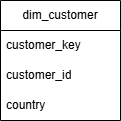
joaohsilva416/uk-online-retail keeps this draw.io diagram as assets/diagrams/dim_product.png. Above is the earlier version. Source tidied: cells renumbered, new cells last; positions are measured from the earlier drawing's top-left corner, leaving out a move shared by most shapes.
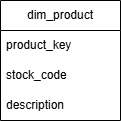
Later version of the same file.

Commit message:
fix: correct dim_product photo

Diff of the diagram source:
```diff
@@ -2,16 +2,16 @@
   <root>
     <mxCell id="0" />
     <mxCell id="1" parent="0" />
-    <mxCell id="2" value="dim_customer" style="swimlane;fontStyle=0;horizontal=1;startSize=30;whiteSpace=wrap;html=1;fillColor=default;gradientColor=none;" parent="1" vertex="1">
+    <mxCell id="2" value="dim_product" style="swimlane;fontStyle=0;horizontal=1;startSize=30;whiteSpace=wrap;html=1;fillColor=default;gradientColor=none;" parent="1" vertex="1">
       <mxGeometry width="120" height="120" as="geometry" />
     </mxCell>
-    <mxCell id="3" value="customer_key" style="text;strokeColor=none;fillColor=none;align=left;verticalAlign=middle;spacingLeft=4;spacingRight=4;overflow=hidden;whiteSpace=wrap;html=1;" parent="2" vertex="1">
+    <mxCell id="3" value="product_key" style="text;strokeColor=none;fillColor=none;align=left;verticalAlign=middle;spacingLeft=4;spacingRight=4;overflow=hidden;whiteSpace=wrap;html=1;" parent="2" vertex="1">
       <mxGeometry y="30" width="120" height="30" as="geometry" />
     </mxCell>
-    <mxCell id="4" value="customer_id" style="text;strokeColor=none;fillColor=none;align=left;verticalAlign=middle;spacingLeft=4;spacingRight=4;overflow=hidden;whiteSpace=wrap;html=1;" parent="2" vertex="1">
+    <mxCell id="4" value="stock_code" style="text;strokeColor=none;fillColor=none;align=left;verticalAlign=middle;spacingLeft=4;spacingRight=4;overflow=hidden;whiteSpace=wrap;html=1;" parent="2" vertex="1">
       <mxGeometry y="60" width="120" height="30" as="geometry" />
     </mxCell>
-    <mxCell id="5" value="country" style="text;strokeColor=none;fillColor=none;align=left;verticalAlign=middle;spacingLeft=4;spacingRight=4;overflow=hidden;whiteSpace=wrap;html=1;" parent="2" vertex="1">
+    <mxCell id="5" value="description" style="text;strokeColor=none;fillColor=none;align=left;verticalAlign=middle;spacingLeft=4;spacingRight=4;overflow=hidden;whiteSpace=wrap;html=1;" parent="2" vertex="1">
       <mxGeometry y="90" width="120" height="30" as="geometry" />
     </mxCell>
   </root>
```
